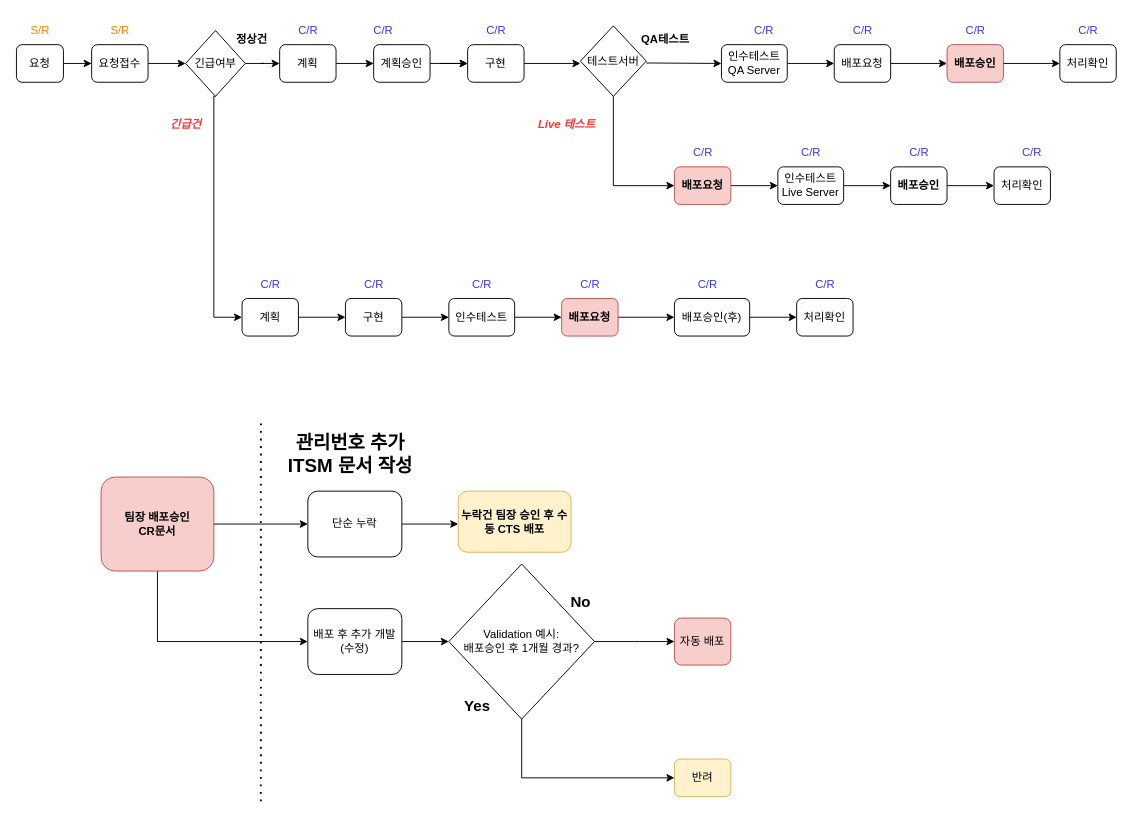
Before: 제목 없는 다이어그램.drawio in attabooi/attabooi, a draw.io diagram. Source tidied: cells renumbered, new cells numbered last; positions are measured from the earlier drawing's top-left corner, leaving out a move shared by most shapes. Both pictures are drawn from the tidied source at 94%, with x=0, y=0 at pixel (16, 16).
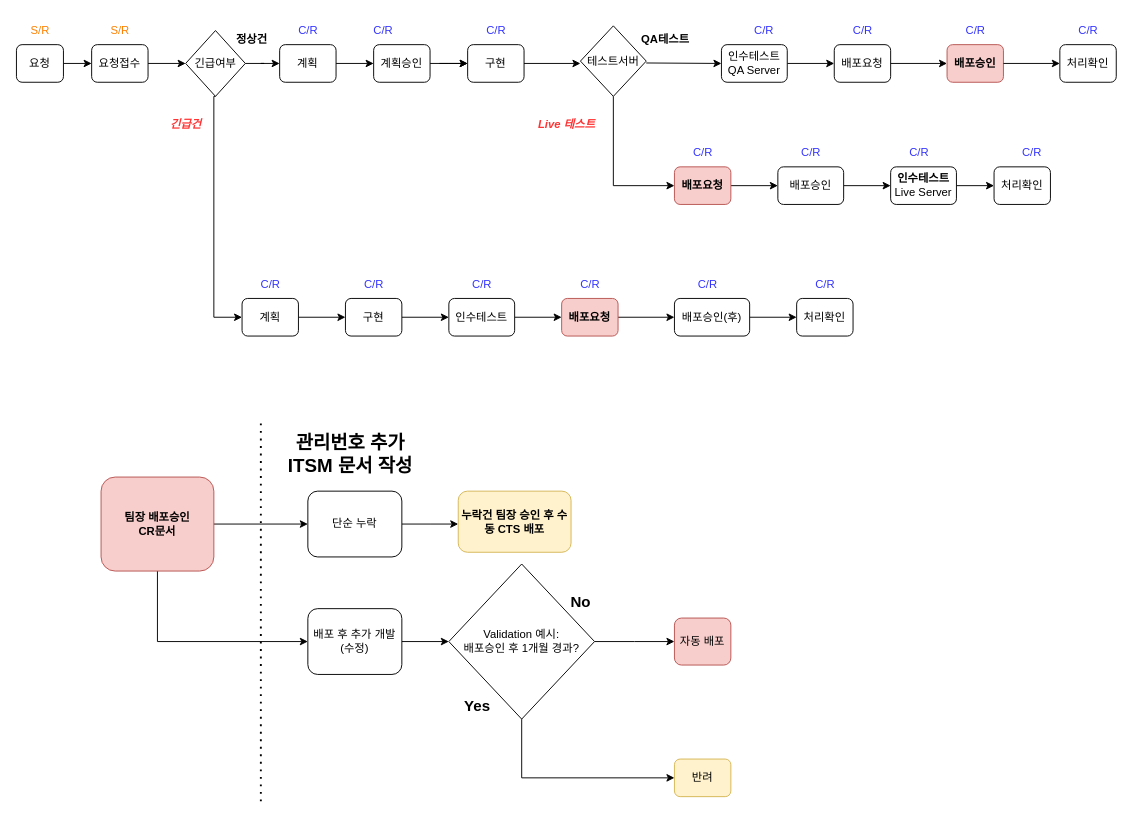
The same diagram, later.

Commit message (it also covers changes not shown here):
제목 없는 다이어그램.drawio 업데이트

What changed in the source:
```diff
@@
-    <mxCell id="59" value="인수테스트&lt;br&gt;Live Server" style="rounded=1;whiteSpace=wrap;html=1;fontSize=12;glass=0;strokeWidth=1;shadow=0;" parent="1" vertex="1">
+    <mxCell id="59" value="배포승인" style="rounded=1;whiteSpace=wrap;html=1;fontSize=12;glass=0;strokeWidth=1;shadow=0;" parent="1" vertex="1">
       <mxGeometry x="810" y="160" width="70" height="40" as="geometry" />
     </mxCell>
@@
-    <mxCell id="63" value="배포승인" style="rounded=1;whiteSpace=wrap;html=1;fontSize=12;glass=0;strokeWidth=1;shadow=0;fontStyle=1;" parent="1" vertex="1">
-      <mxGeometry x="930" y="160" width="60" height="40" as="geometry" />
+    <mxCell id="63" value="인수테스트&lt;br style=&quot;border-color: var(--border-color); font-weight: 400;&quot;&gt;&lt;span style=&quot;font-weight: 400;&quot;&gt;Live Server&lt;/span&gt;" style="rounded=1;whiteSpace=wrap;html=1;fontSize=12;glass=0;strokeWidth=1;shadow=0;fontStyle=1;" parent="1" vertex="1">
+      <mxGeometry x="930" y="160" width="70" height="40" as="geometry" />
     </mxCell>
```
